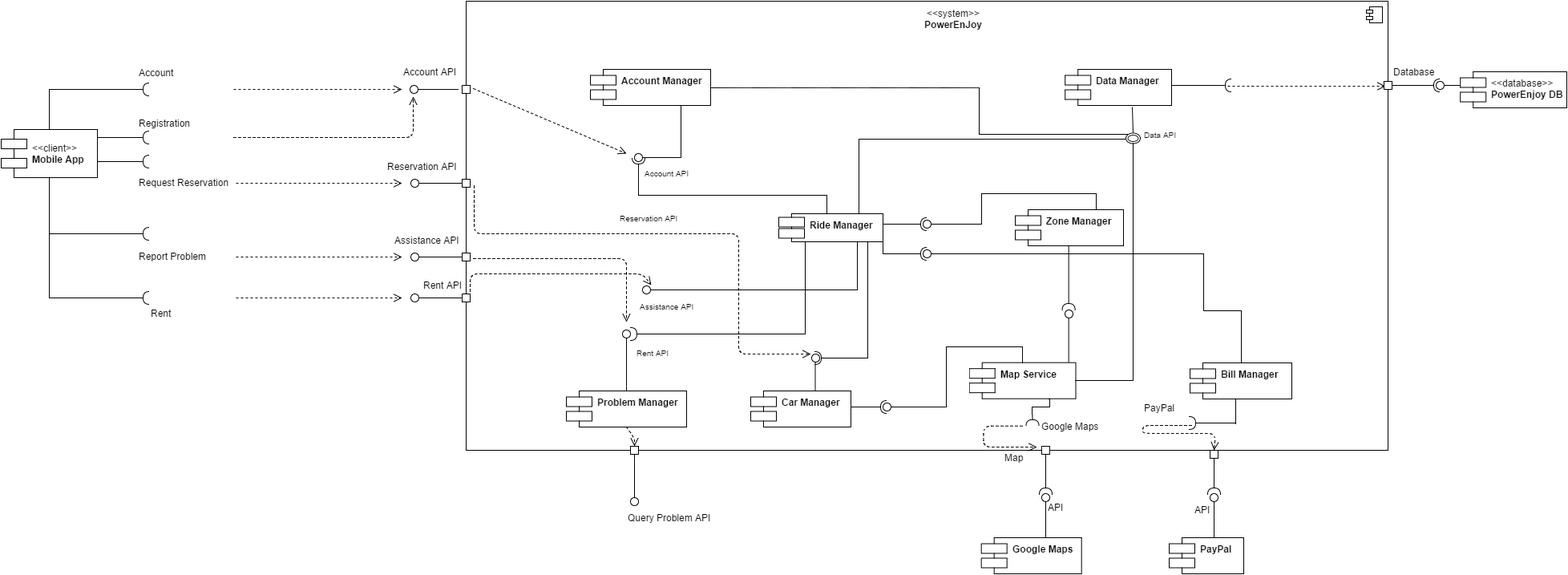
This is Workspace/DD/Resources/ComponentDiagram.png from FrancescoZ/PowerEnJoy, a draw.io export, as it was before one commit. Source tidied: cells renumbered, new cells last; positions are measured from the earlier drawing's top-left corner, leaving out a move shared by most shapes.
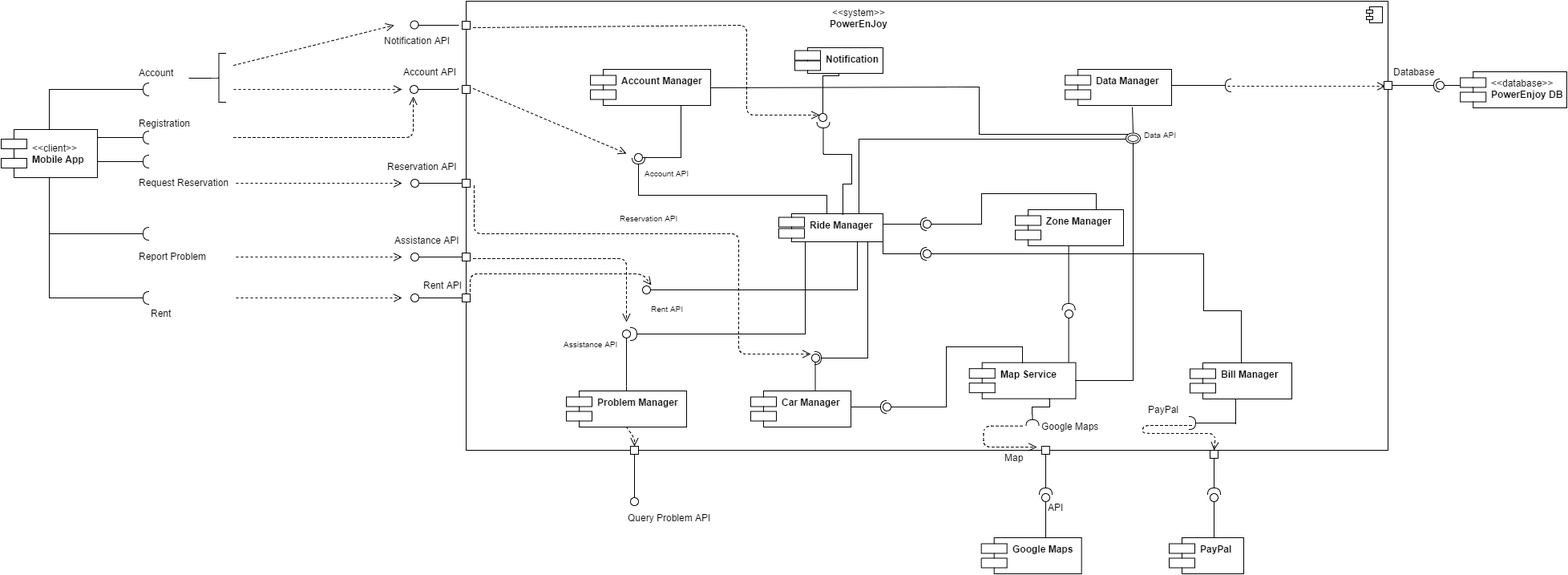
The same file after the commit.

Diff of the diagram source:
```diff
@@ -220,10 +220,10 @@
       <mxGeometry x="205" y="257" width="45" height="26" as="geometry" />
     </mxCell>
     <mxCell id="51" value="&lt;font style=&quot;font-size: 10px&quot;&gt;Assistance API&lt;/font&gt;" style="text;html=1;align=center;fontStyle=0;verticalAlign=middle;spacingLeft=3;spacingRight=3;strokeColor=none;rounded=0;shadow=0;labelBackgroundColor=none;fillColor=#FFFFFF;gradientColor=#ffffff;fontSize=12;fontColor=none;" parent="24" vertex="1">
-      <mxGeometry x="228" y="367" width="45" height="26" as="geometry" />
+      <mxGeometry x="133" y="414" width="45" height="26" as="geometry" />
     </mxCell>
     <mxCell id="52" value="&lt;font style=&quot;font-size: 10px&quot;&gt;Rent API&lt;/font&gt;" style="text;html=1;align=center;fontStyle=0;verticalAlign=middle;spacingLeft=3;spacingRight=3;strokeColor=none;rounded=0;shadow=0;labelBackgroundColor=none;fillColor=#FFFFFF;gradientColor=#ffffff;fontSize=12;fontColor=none;" parent="24" vertex="1">
-      <mxGeometry x="210" y="425" width="45" height="26" as="geometry" />
+      <mxGeometry x="228" y="370" width="45" height="26" as="geometry" />
     </mxCell>
     <mxCell id="53" value="&lt;b&gt;Car Manager&lt;/b&gt;" style="shape=component;align=left;spacingLeft=36;rounded=0;labelBackgroundColor=none;strokeColor=#000000;strokeWidth=1;fillColor=#FFFFFF;gradientColor=#ffffff;fontSize=12;fontColor=#000000;html=1;verticalAlign=top;" parent="24" vertex="1">
       <mxGeometry x="355" y="486" width="125" height="45" as="geometry" />
@@ -269,6 +269,18 @@
     <mxCell id="63" style="shape=lollipop;direction=north;html=1;rounded=0;shadow=0;labelBackgroundColor=none;strokeColor=#000000;strokeWidth=1;fillColor=none;gradientColor=#ffffff;fontSize=12;fontColor=none;" parent="24" vertex="1">
       <mxGeometry x="570" y="310" width="410" height="10" as="geometry" />
     </mxCell>
+    <mxCell id="125" value="&lt;b&gt;Notification&lt;/b&gt;" style="shape=component;align=left;spacingLeft=36;rounded=0;labelBackgroundColor=none;strokeColor=#000000;strokeWidth=1;fillColor=#FFFFFF;gradientColor=#ffffff;fontSize=12;fontColor=#000000;html=1;verticalAlign=top;" parent="24" vertex="1">
+      <mxGeometry x="410" y="58" width="110" height="32" as="geometry" />
+    </mxCell>
+    <mxCell id="126" style="edgeStyle=orthogonalEdgeStyle;rounded=0;html=1;entryX=0.5;entryY=1;startArrow=none;startFill=0;endArrow=none;endFill=0;endSize=6;jettySize=auto;strokeColor=#000000;fontSize=9;fontColor=none;" parent="24" edge="1" source="127" target="125">
+      <mxGeometry relative="1" as="geometry" />
+    </mxCell>
+    <mxCell id="127" style="shape=lollipop;direction=west;html=1;rounded=0;shadow=0;labelBackgroundColor=none;strokeColor=#000000;strokeWidth=1;fillColor=#ffffff;gradientColor=#ffffff;fontSize=9;fontColor=none;align=center;" parent="24" vertex="1">
+      <mxGeometry x="431" y="113" width="28" height="37" as="geometry" />
+    </mxCell>
+    <mxCell id="128" style="shape=requires;direction=east;html=1;rounded=0;shadow=0;labelBackgroundColor=none;strokeColor=#000000;strokeWidth=1;fillColor=#FFFFFF;gradientColor=#ffffff;fontSize=12;fontColor=none;" parent="24" vertex="1">
+      <mxGeometry x="430" y="145" width="31" height="45" as="geometry" />
+    </mxCell>
     <mxCell id="64" style="html=1;rounded=0;labelBackgroundColor=none;strokeColor=#000000;strokeWidth=1;fillColor=none;gradientColor=#ffffff;fontSize=12;fontColor=none;verticalAlign=top;" parent="1" vertex="1">
       <mxGeometry x="1190" width="540" height="560" as="geometry" />
     </mxCell>
@@ -503,5 +515,44 @@
         </Array>
       </mxGeometry>
     </mxCell>
+    <mxCell id="129" style="html=1;rounded=0;shadow=0;labelBackgroundColor=none;strokeColor=#000000;strokeWidth=1;fillColor=#FFFFFF;gradientColor=#ffffff;fontSize=12;fontColor=none;" parent="1" vertex="1">
+      <mxGeometry x="575" y="25" width="10" height="10" as="geometry" />
+    </mxCell>
+    <mxCell id="130" style="shape=lollipop;direction=north;html=1;rounded=0;labelBackgroundColor=none;strokeColor=#000000;strokeWidth=1;fillColor=#FFFFFF;gradientColor=#ffffff;fontSize=12;fontColor=none;" parent="1" vertex="1">
+      <mxGeometry x="510" y="25" width="61" height="10" as="geometry" />
+    </mxCell>
+    <mxCell id="131" value="Notification API" style="text;html=1;align=left;verticalAlign=top;spacingTop=-4;fontSize=12;fontColor=none;" parent="1" vertex="1">
+      <mxGeometry x="476" y="40" width="100" height="20" as="geometry" />
+    </mxCell>
+    <mxCell id="132" value="return" style="verticalAlign=bottom;endArrow=open;dashed=1;endSize=8;strokeColor=#000000;fontSize=12;fontColor=none;html=1;noLabel=1;" parent="1" edge="1">
+      <mxGeometry x="360" y="250" as="geometry">
+        <mxPoint x="290" y="80" as="sourcePoint" />
+        <mxPoint x="490" y="30" as="targetPoint" />
+      </mxGeometry>
+    </mxCell>
+    <mxCell id="133" style="edgeStyle=orthogonalEdgeStyle;rounded=0;html=1;exitX=0.1;exitY=0.5;exitPerimeter=0;entryX=1.074;entryY=0.816;entryPerimeter=0;startArrow=none;startFill=0;endArrow=none;endFill=0;endSize=6;jettySize=auto;strokeColor=#000000;fontSize=9;fontColor=none;" parent="1" edge="1" source="134" target="6">
+      <mxGeometry relative="1" as="geometry" />
+    </mxCell>
+    <mxCell id="134" style="shape=curlyBracket;whiteSpace=wrap;html=1;rounded=0;shadow=0;labelBackgroundColor=none;strokeColor=#000000;strokeWidth=1;fillColor=#ffffff;gradientColor=#ffffff;fontSize=9;fontColor=none;align=center;size=0.5752873563218429;" parent="1" vertex="1">
+      <mxGeometry x="260" y="65" width="20" height="61" as="geometry" />
+    </mxCell>
+    <mxCell id="135" style="edgeStyle=orthogonalEdgeStyle;rounded=0;html=1;startArrow=none;startFill=0;endArrow=none;endFill=0;endSize=6;jettySize=auto;strokeColor=#000000;fontSize=9;fontColor=none;exitX=0.503;exitY=1.01;exitPerimeter=0;" parent="1" edge="1" source="128">
+      <mxGeometry relative="1" as="geometry">
+        <mxPoint x="1050" y="266" as="targetPoint" />
+        <Array as="points">
+          <mxPoint x="1061" y="191" />
+          <mxPoint x="1061" y="228" />
+          <mxPoint x="1050" y="228" />
+        </Array>
+      </mxGeometry>
+    </mxCell>
+    <mxCell id="136" value="return" style="verticalAlign=bottom;endArrow=open;dashed=1;endSize=8;strokeColor=#000000;fontSize=12;fontColor=none;html=1;noLabel=1;exitX=1.402;exitY=0.754;exitPerimeter=0;entryX=0.626;entryY=0.206;entryPerimeter=0;" parent="1" edge="1" source="129" target="127">
+      <mxGeometry x="-126" y="14" as="geometry">
+        <Array as="points">
+          <mxPoint x="930" y="30" />
+          <mxPoint x="930" y="142" />
+        </Array>
+      </mxGeometry>
+    </mxCell>
   </root>
 </mxGraphModel>
```
